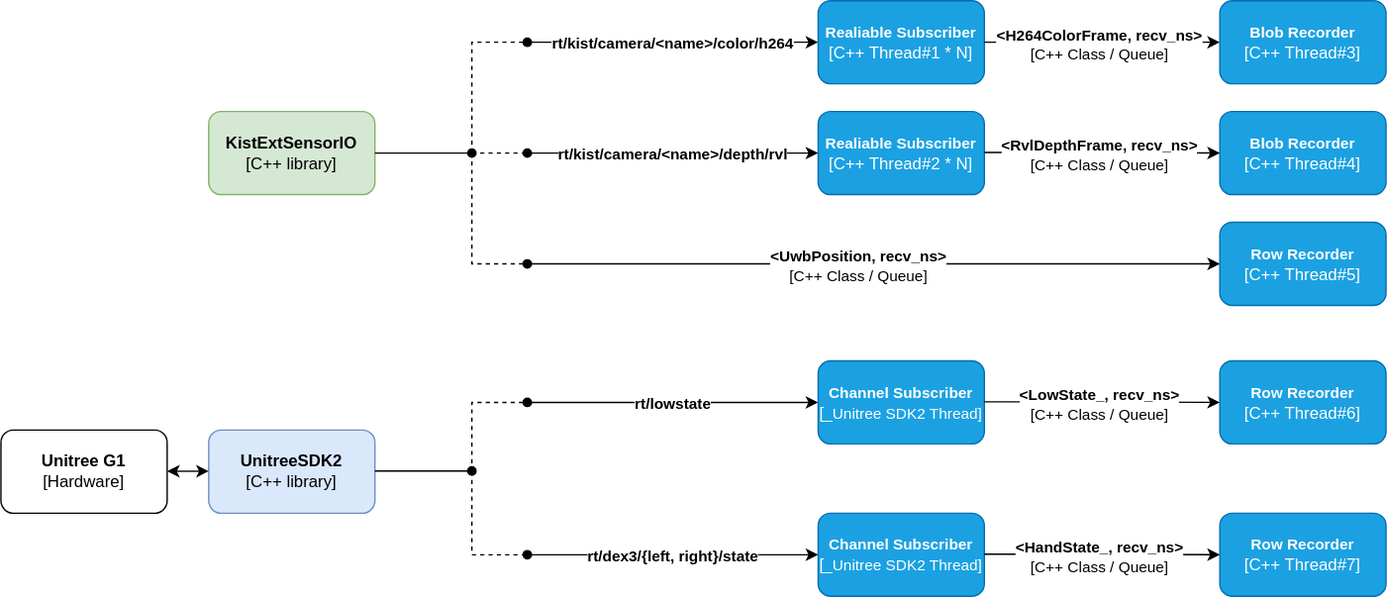
Earlier version of the draw.io export docs/kist-data-collector.svg (Safety-Node/kist-data-collector). Source tidied: cells renumbered, new cells last; positions are measured from the earlier drawing's top-left corner, leaving out a move shared by most shapes.
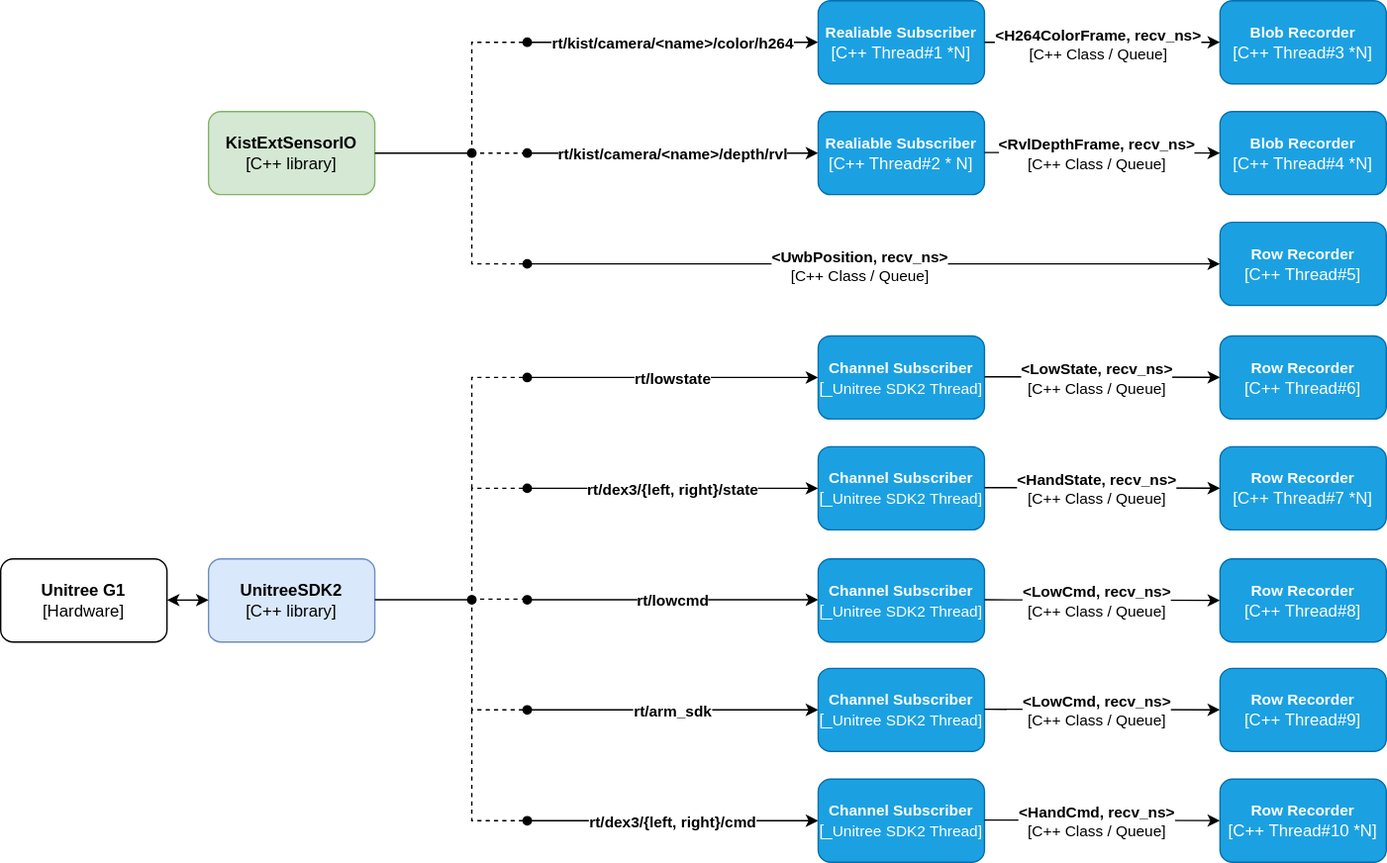
The same diagram one commit later.

What changed in the source:
```diff
@@ -32,27 +32,7 @@
     </mxCell>
-    <mxCell id="8" style="endArrow=classic;html=1;rounded=0;entryX=0;entryY=0.5;entryDx=0;entryDy=0;startArrow=oval;startFill=1;" parent="1" edge="1" target="21">
-      <mxGeometry relative="1" as="geometry">
-        <mxPoint x="380" y="290" as="sourcePoint" />
-      </mxGeometry>
-    </mxCell>
-    <mxCell id="9" value="&lt;b&gt;rt/lowstate&lt;/b&gt;" style="edgeLabel;html=1;align=center;verticalAlign=middle;" parent="8" vertex="1">
-      <mxGeometry x="-0.05" y="-2" relative="1" as="geometry">
-        <mxPoint x="4" y="-2" as="offset" />
-      </mxGeometry>
-    </mxCell>
-    <mxCell id="10" style="endArrow=classic;html=1;rounded=0;entryX=0;entryY=0.5;entryDx=0;entryDy=0;startArrow=oval;startFill=1;" parent="1" edge="1" target="22">
-      <mxGeometry relative="1" as="geometry">
-        <mxPoint x="380" y="400" as="sourcePoint" />
-      </mxGeometry>
-    </mxCell>
-    <mxCell id="11" value="&lt;b&gt;rt/dex3/{left, right}/state&lt;/b&gt;" style="edgeLabel;html=1;align=center;verticalAlign=middle;" parent="10" vertex="1">
-      <mxGeometry x="-0.05" y="-2" relative="1" as="geometry">
-        <mxPoint x="4" y="-2" as="offset" />
-      </mxGeometry>
-    </mxCell>
     <mxCell id="12" value="&lt;b&gt;Unitree G1&lt;/b&gt;&lt;div&gt;[Hardware]&lt;/div&gt;" style="rounded=1;whiteSpace=wrap;html=1;" parent="1" vertex="1">
-      <mxGeometry y="310" width="120" height="60" as="geometry" />
+      <mxGeometry y="403" width="120" height="60" as="geometry" />
     </mxCell>
     <mxCell id="13" value="&lt;b&gt;UnitreeSDK2&lt;/b&gt;&lt;div&gt;[C++ library]&lt;/div&gt;" style="rounded=1;whiteSpace=wrap;html=1;fillColor=#dae8fc;strokeColor=#6c8ebf;" parent="1" vertex="1">
-      <mxGeometry x="150" y="310" width="120" height="60" as="geometry" />
+      <mxGeometry x="150" y="403" width="120" height="60" as="geometry" />
     </mxCell>
@@ -60,4 +40,4 @@
       <mxGeometry relative="1" as="geometry">
-        <mxPoint x="120" y="339.7" as="sourcePoint" />
-        <mxPoint x="150" y="339.7" as="targetPoint" />
+        <mxPoint x="120" y="432.7" as="sourcePoint" />
+        <mxPoint x="150" y="432.7" as="targetPoint" />
       </mxGeometry>
@@ -66,7 +46,7 @@
       <mxGeometry relative="1" as="geometry">
-        <mxPoint x="270" y="339.5" as="sourcePoint" />
-        <mxPoint x="340" y="339.5" as="targetPoint" />
+        <mxPoint x="270" y="432.5" as="sourcePoint" />
+        <mxPoint x="340" y="432.5" as="targetPoint" />
       </mxGeometry>
     </mxCell>
-    <mxCell id="16" value="&lt;b&gt;&lt;font style=&quot;font-size: 11px;&quot;&gt;Realiable Subscriber&lt;/font&gt;&lt;/b&gt;&lt;div&gt;[C++ Thread#1 * N]&lt;/div&gt;" style="rounded=1;whiteSpace=wrap;html=1;fillColor=#1ba1e2;strokeColor=#006EAF;fontColor=#ffffff;" parent="1" vertex="1">
+    <mxCell id="16" value="&lt;b&gt;&lt;font style=&quot;font-size: 11px;&quot;&gt;Realiable Subscriber&lt;/font&gt;&lt;/b&gt;&lt;div&gt;[C++ Thread#1 *N]&lt;/div&gt;" style="rounded=1;whiteSpace=wrap;html=1;fillColor=#1ba1e2;strokeColor=#006EAF;fontColor=#ffffff;" parent="1" vertex="1">
       <mxGeometry x="590" width="120" height="60" as="geometry" />
@@ -100,32 +80,6 @@
     </mxCell>
-    <mxCell id="21" value="&lt;b&gt;&lt;font style=&quot;font-size: 11px;&quot;&gt;Channel Subscriber&lt;/font&gt;&lt;/b&gt;&lt;div&gt;[&lt;font style=&quot;font-size: 11px;&quot;&gt;_Unitree SDK2 Thread]&lt;/font&gt;&lt;/div&gt;" style="rounded=1;whiteSpace=wrap;html=1;fillColor=#1ba1e2;strokeColor=#006EAF;fontColor=#ffffff;" parent="1" vertex="1">
-      <mxGeometry x="590" y="260" width="120" height="60" as="geometry" />
-    </mxCell>
-    <mxCell id="22" value="&lt;b&gt;&lt;font style=&quot;font-size: 11px;&quot;&gt;Channel Subscriber&lt;/font&gt;&lt;/b&gt;&lt;div&gt;[&lt;font style=&quot;font-size: 11px;&quot;&gt;_Unitree SDK2 Thread]&lt;/font&gt;&lt;/div&gt;" style="rounded=1;whiteSpace=wrap;html=1;fillColor=#1ba1e2;strokeColor=#006EAF;fontColor=#ffffff;" parent="1" vertex="1">
-      <mxGeometry x="590" y="370" width="120" height="60" as="geometry" />
-    </mxCell>
-    <mxCell id="23" style="endArrow=none;dashed=1;html=1;rounded=0;edgeStyle=orthogonalEdgeStyle;" parent="1" edge="1">
-      <mxGeometry relative="1" as="geometry">
-        <mxPoint x="340" y="340" as="sourcePoint" />
-        <mxPoint x="380" y="400" as="targetPoint" />
-        <Array as="points">
-          <mxPoint x="340" y="400" />
-          <mxPoint x="380" y="400" />
-        </Array>
-      </mxGeometry>
-    </mxCell>
-    <mxCell id="24" style="endArrow=none;dashed=1;html=1;rounded=0;edgeStyle=orthogonalEdgeStyle;" parent="1" edge="1">
-      <mxGeometry relative="1" as="geometry">
-        <mxPoint x="340" y="340" as="sourcePoint" />
-        <mxPoint x="380" y="290" as="targetPoint" />
-        <Array as="points">
-          <mxPoint x="340" y="290" />
-          <mxPoint x="380" y="290" />
-        </Array>
-      </mxGeometry>
-    </mxCell>
-    <mxCell id="25" value="&lt;b&gt;&lt;font style=&quot;font-size: 11px;&quot;&gt;Blob Recorder&lt;/font&gt;&lt;/b&gt;&lt;div&gt;&lt;span style=&quot;background-color: transparent; color: light-dark(rgb(255, 255, 255), rgb(18, 18, 18));&quot;&gt;[C++ Thread#3]&lt;/span&gt;&lt;/div&gt;" style="rounded=1;whiteSpace=wrap;html=1;fillColor=#1ba1e2;strokeColor=#006EAF;fontColor=#ffffff;" parent="1" vertex="1">
+    <mxCell id="25" value="&lt;b&gt;&lt;font style=&quot;font-size: 11px;&quot;&gt;Blob Recorder&lt;/font&gt;&lt;/b&gt;&lt;div&gt;&lt;span style=&quot;background-color: transparent; color: light-dark(rgb(255, 255, 255), rgb(18, 18, 18));&quot;&gt;[C++ Thread#3 *N]&lt;/span&gt;&lt;/div&gt;" style="rounded=1;whiteSpace=wrap;html=1;fillColor=#1ba1e2;strokeColor=#006EAF;fontColor=#ffffff;" parent="1" vertex="1">
       <mxGeometry x="880" width="120" height="60" as="geometry" />
     </mxCell>
-    <mxCell id="26" value="&lt;b&gt;&lt;font style=&quot;font-size: 11px;&quot;&gt;Blob Recorder&lt;/font&gt;&lt;/b&gt;&lt;div&gt;&lt;span style=&quot;background-color: transparent; color: light-dark(rgb(255, 255, 255), rgb(18, 18, 18));&quot;&gt;[C++ Thread#4]&lt;/span&gt;&lt;/div&gt;" style="rounded=1;whiteSpace=wrap;html=1;fillColor=#1ba1e2;strokeColor=#006EAF;fontColor=#ffffff;" parent="1" vertex="1">
+    <mxCell id="26" value="&lt;b&gt;&lt;font style=&quot;font-size: 11px;&quot;&gt;Blob Recorder&lt;/font&gt;&lt;/b&gt;&lt;div&gt;&lt;span style=&quot;background-color: transparent; color: light-dark(rgb(255, 255, 255), rgb(18, 18, 18));&quot;&gt;[C++ Thread#4 *N]&lt;/span&gt;&lt;/div&gt;" style="rounded=1;whiteSpace=wrap;html=1;fillColor=#1ba1e2;strokeColor=#006EAF;fontColor=#ffffff;" parent="1" vertex="1">
       <mxGeometry x="880" y="80" width="120" height="60" as="geometry" />
@@ -136,6 +90,6 @@
     <mxCell id="28" value="&lt;b&gt;&lt;font style=&quot;font-size: 11px;&quot;&gt;Row Recorder&lt;/font&gt;&lt;/b&gt;&lt;div&gt;&lt;span style=&quot;background-color: transparent; color: light-dark(rgb(255, 255, 255), rgb(18, 18, 18));&quot;&gt;[C++ Thread#6]&lt;/span&gt;&lt;/div&gt;" style="rounded=1;whiteSpace=wrap;html=1;fillColor=#1ba1e2;strokeColor=#006EAF;fontColor=#ffffff;" parent="1" vertex="1">
-      <mxGeometry x="880" y="260" width="120" height="60" as="geometry" />
+      <mxGeometry x="880" y="242" width="120" height="60" as="geometry" />
     </mxCell>
-    <mxCell id="29" value="&lt;b&gt;&lt;font style=&quot;font-size: 11px;&quot;&gt;Row Recorder&lt;/font&gt;&lt;/b&gt;&lt;div&gt;&lt;span style=&quot;background-color: transparent; color: light-dark(rgb(255, 255, 255), rgb(18, 18, 18));&quot;&gt;[C++ Thread#7]&lt;/span&gt;&lt;/div&gt;" style="rounded=1;whiteSpace=wrap;html=1;fillColor=#1ba1e2;strokeColor=#006EAF;fontColor=#ffffff;" parent="1" vertex="1">
-      <mxGeometry x="880" y="370" width="120" height="60" as="geometry" />
+    <mxCell id="29" value="&lt;b&gt;&lt;font style=&quot;font-size: 11px;&quot;&gt;Row Recorder&lt;/font&gt;&lt;/b&gt;&lt;div&gt;&lt;span style=&quot;background-color: transparent; color: light-dark(rgb(255, 255, 255), rgb(18, 18, 18));&quot;&gt;[C++ Thread#7 *N]&lt;/span&gt;&lt;/div&gt;" style="rounded=1;whiteSpace=wrap;html=1;fillColor=#1ba1e2;strokeColor=#006EAF;fontColor=#ffffff;" parent="1" vertex="1">
+      <mxGeometry x="880" y="322" width="120" height="60" as="geometry" />
     </mxCell>
@@ -163,18 +117,168 @@
     </mxCell>
-    <mxCell id="36" style="endArrow=classic;html=1;rounded=0;exitX=1;exitY=0.5;exitDx=0;exitDy=0;entryX=0;entryY=0.5;entryDx=0;entryDy=0;" parent="1" edge="1" target="28">
-      <mxGeometry relative="1" as="geometry">
-        <mxPoint x="710" y="289.6" as="sourcePoint" />
-      </mxGeometry>
-    </mxCell>
-    <mxCell id="37" value="&lt;div&gt;&lt;b&gt;&amp;lt;LowState_, recv_ns&amp;gt;&lt;/b&gt;&lt;/div&gt;[C++ Class / Queue]" style="edgeLabel;html=1;align=center;verticalAlign=middle;" parent="36" vertex="1">
-      <mxGeometry x="-0.04" y="-1" relative="1" as="geometry" />
-    </mxCell>
-    <mxCell id="38" style="endArrow=classic;html=1;rounded=0;exitX=1;exitY=0.5;exitDx=0;exitDy=0;entryX=0;entryY=0.5;entryDx=0;entryDy=0;" parent="1" edge="1" target="29">
-      <mxGeometry relative="1" as="geometry">
-        <mxPoint x="710" y="399.6" as="sourcePoint" />
-      </mxGeometry>
-    </mxCell>
-    <mxCell id="39" value="&lt;div&gt;&lt;b&gt;&amp;lt;HandState_, recv_ns&amp;gt;&lt;/b&gt;&lt;/div&gt;[C++ Class / Queue]" style="edgeLabel;html=1;align=center;verticalAlign=middle;" parent="38" vertex="1">
-      <mxGeometry x="-0.04" y="-1" relative="1" as="geometry" />
-    </mxCell>
+    <mxCell id="40" style="endArrow=none;dashed=1;html=1;rounded=0;edgeStyle=orthogonalEdgeStyle;" parent="1" edge="1">
+      <mxGeometry relative="1" as="geometry">
+        <mxPoint x="340" y="432" as="sourcePoint" />
+        <mxPoint x="380" y="352" as="targetPoint" />
+        <Array as="points">
+          <mxPoint x="340" y="352" />
+        </Array>
+      </mxGeometry>
+    </mxCell>
+    <mxCell id="41" style="endArrow=none;dashed=1;html=1;rounded=0;" parent="1" edge="1">
+      <mxGeometry relative="1" as="geometry">
+        <mxPoint x="340" y="432" as="sourcePoint" />
+        <mxPoint x="380" y="432" as="targetPoint" />
+      </mxGeometry>
+    </mxCell>
+    <mxCell id="42" style="endArrow=none;dashed=1;html=1;rounded=0;edgeStyle=orthogonalEdgeStyle;" parent="1" edge="1">
+      <mxGeometry relative="1" as="geometry">
+        <mxPoint x="340" y="432" as="sourcePoint" />
+        <mxPoint x="380" y="512" as="targetPoint" />
+        <Array as="points">
+          <mxPoint x="340" y="512" />
+        </Array>
+      </mxGeometry>
+    </mxCell>
+    <mxCell id="43" style="endArrow=none;dashed=1;html=1;rounded=0;edgeStyle=orthogonalEdgeStyle;" parent="1" edge="1">
+      <mxGeometry relative="1" as="geometry">
+        <mxPoint x="340" y="512" as="sourcePoint" />
+        <mxPoint x="380" y="592" as="targetPoint" />
+        <Array as="points">
+          <mxPoint x="340" y="592" />
+        </Array>
+      </mxGeometry>
+    </mxCell>
+    <mxCell id="44" style="endArrow=classic;html=1;rounded=0;entryX=0;entryY=0.5;entryDx=0;entryDy=0;startArrow=oval;startFill=1;" parent="1" edge="1">
+      <mxGeometry relative="1" as="geometry">
+        <mxPoint x="380" y="272" as="sourcePoint" />
+        <mxPoint x="590" y="272" as="targetPoint" />
+      </mxGeometry>
+    </mxCell>
+    <mxCell id="9" value="&lt;b&gt;rt/lowstate&lt;/b&gt;" style="edgeLabel;html=1;align=center;verticalAlign=middle;" parent="44" vertex="1">
+      <mxGeometry x="-0.05" y="-2" relative="1" as="geometry">
+        <mxPoint x="4" y="-2" as="offset" />
+      </mxGeometry>
+    </mxCell>
+    <mxCell id="45" style="endArrow=classic;html=1;rounded=0;entryX=0;entryY=0.5;entryDx=0;entryDy=0;startArrow=oval;startFill=1;" parent="1" edge="1">
+      <mxGeometry relative="1" as="geometry">
+        <mxPoint x="380" y="352" as="sourcePoint" />
+        <mxPoint x="590" y="352" as="targetPoint" />
+      </mxGeometry>
+    </mxCell>
+    <mxCell id="11" value="&lt;b&gt;rt/dex3/{left, right}/state&lt;/b&gt;" style="edgeLabel;html=1;align=center;verticalAlign=middle;" parent="45" vertex="1">
+      <mxGeometry x="-0.05" y="-2" relative="1" as="geometry">
+        <mxPoint x="4" y="-2" as="offset" />
+      </mxGeometry>
+    </mxCell>
+    <mxCell id="46" style="endArrow=classic;html=1;rounded=0;entryX=0;entryY=0.5;entryDx=0;entryDy=0;startArrow=oval;startFill=1;" parent="1" edge="1">
+      <mxGeometry relative="1" as="geometry">
+        <mxPoint x="380" y="432.5" as="sourcePoint" />
+        <mxPoint x="590" y="432.5" as="targetPoint" />
+      </mxGeometry>
+    </mxCell>
+    <mxCell id="47" value="&lt;b&gt;rt/lowcmd&lt;/b&gt;" style="edgeLabel;html=1;align=center;verticalAlign=middle;" parent="46" vertex="1">
+      <mxGeometry x="-0.05" y="-2" relative="1" as="geometry">
+        <mxPoint x="4" y="-2" as="offset" />
+      </mxGeometry>
+    </mxCell>
+    <mxCell id="48" style="endArrow=classic;html=1;rounded=0;entryX=0;entryY=0.5;entryDx=0;entryDy=0;startArrow=oval;startFill=1;" parent="1" edge="1">
+      <mxGeometry relative="1" as="geometry">
+        <mxPoint x="380" y="512" as="sourcePoint" />
+        <mxPoint x="590" y="512" as="targetPoint" />
+      </mxGeometry>
+    </mxCell>
+    <mxCell id="49" value="&lt;b&gt;rt/arm_sdk&lt;/b&gt;" style="edgeLabel;html=1;align=center;verticalAlign=middle;" parent="48" vertex="1">
+      <mxGeometry x="-0.05" y="-2" relative="1" as="geometry">
+        <mxPoint x="4" y="-2" as="offset" />
+      </mxGeometry>
+    </mxCell>
+    <mxCell id="50" style="endArrow=none;dashed=1;html=1;rounded=0;edgeStyle=orthogonalEdgeStyle;" parent="1" edge="1">
+      <mxGeometry relative="1" as="geometry">
+        <mxPoint x="340" y="352" as="sourcePoint" />
+        <mxPoint x="380" y="272" as="targetPoint" />
+        <Array as="points">
+          <mxPoint x="340" y="272" />
+        </Array>
+      </mxGeometry>
+    </mxCell>
+    <mxCell id="51" style="endArrow=classic;html=1;rounded=0;entryX=0;entryY=0.5;entryDx=0;entryDy=0;startArrow=oval;startFill=1;" parent="1" edge="1">
+      <mxGeometry relative="1" as="geometry">
+        <mxPoint x="380" y="592" as="sourcePoint" />
+        <mxPoint x="590" y="592" as="targetPoint" />
+      </mxGeometry>
+    </mxCell>
+    <mxCell id="52" value="&lt;b&gt;rt/dex3/{left, right}/cmd&lt;/b&gt;" style="edgeLabel;html=1;align=center;verticalAlign=middle;" parent="51" vertex="1">
+      <mxGeometry x="-0.05" y="-2" relative="1" as="geometry">
+        <mxPoint x="4" y="-2" as="offset" />
+      </mxGeometry>
+    </mxCell>
+    <mxCell id="53" value="&lt;b&gt;&lt;font style=&quot;font-size: 11px;&quot;&gt;Channel Subscriber&lt;/font&gt;&lt;/b&gt;&lt;div&gt;[&lt;font style=&quot;font-size: 11px;&quot;&gt;_Unitree SDK2 Thread]&lt;/font&gt;&lt;/div&gt;" style="rounded=1;whiteSpace=wrap;html=1;fillColor=#1ba1e2;strokeColor=#006EAF;fontColor=#ffffff;" parent="1" vertex="1">
+      <mxGeometry x="590" y="242" width="120" height="60" as="geometry" />
+    </mxCell>
+    <mxCell id="54" value="&lt;b&gt;&lt;font style=&quot;font-size: 11px;&quot;&gt;Channel Subscriber&lt;/font&gt;&lt;/b&gt;&lt;div&gt;[&lt;font style=&quot;font-size: 11px;&quot;&gt;_Unitree SDK2 Thread]&lt;/font&gt;&lt;/div&gt;" style="rounded=1;whiteSpace=wrap;html=1;fillColor=#1ba1e2;strokeColor=#006EAF;fontColor=#ffffff;" parent="1" vertex="1">
+      <mxGeometry x="590" y="322" width="120" height="60" as="geometry" />
+    </mxCell>
+    <mxCell id="55" value="&lt;b&gt;&lt;font style=&quot;font-size: 11px;&quot;&gt;Channel Subscriber&lt;/font&gt;&lt;/b&gt;&lt;div&gt;[&lt;font style=&quot;font-size: 11px;&quot;&gt;_Unitree SDK2 Thread]&lt;/font&gt;&lt;/div&gt;" style="rounded=1;whiteSpace=wrap;html=1;fillColor=#1ba1e2;strokeColor=#006EAF;fontColor=#ffffff;" parent="1" vertex="1">
+      <mxGeometry x="590" y="403" width="120" height="60" as="geometry" />
+    </mxCell>
+    <mxCell id="56" value="&lt;b&gt;&lt;font style=&quot;font-size: 11px;&quot;&gt;Channel Subscriber&lt;/font&gt;&lt;/b&gt;&lt;div&gt;[&lt;font style=&quot;font-size: 11px;&quot;&gt;_Unitree SDK2 Thread]&lt;/font&gt;&lt;/div&gt;" style="rounded=1;whiteSpace=wrap;html=1;fillColor=#1ba1e2;strokeColor=#006EAF;fontColor=#ffffff;" parent="1" vertex="1">
+      <mxGeometry x="590" y="482" width="120" height="60" as="geometry" />
+    </mxCell>
+    <mxCell id="57" value="&lt;b&gt;&lt;font style=&quot;font-size: 11px;&quot;&gt;Channel Subscriber&lt;/font&gt;&lt;/b&gt;&lt;div&gt;[&lt;font style=&quot;font-size: 11px;&quot;&gt;_Unitree SDK2 Thread]&lt;/font&gt;&lt;/div&gt;" style="rounded=1;whiteSpace=wrap;html=1;fillColor=#1ba1e2;strokeColor=#006EAF;fontColor=#ffffff;" parent="1" vertex="1">
+      <mxGeometry x="590" y="562" width="120" height="60" as="geometry" />
+    </mxCell>
+    <mxCell id="58" style="endArrow=classic;html=1;rounded=0;exitX=1;exitY=0.5;exitDx=0;exitDy=0;entryX=0;entryY=0.5;entryDx=0;entryDy=0;" parent="1" edge="1">
+      <mxGeometry relative="1" as="geometry">
+        <mxPoint x="710" y="271.5" as="sourcePoint" />
+        <mxPoint x="880" y="271.9" as="targetPoint" />
+      </mxGeometry>
+    </mxCell>
+    <mxCell id="59" value="&lt;div&gt;&lt;b&gt;&amp;lt;LowState, recv_ns&amp;gt;&lt;/b&gt;&lt;/div&gt;[C++ Class / Queue]" style="edgeLabel;html=1;align=center;verticalAlign=middle;" parent="58" vertex="1">
+      <mxGeometry x="-0.04" y="-1" relative="1" as="geometry" />
+    </mxCell>
+    <mxCell id="60" style="endArrow=classic;html=1;rounded=0;exitX=1;exitY=0.5;exitDx=0;exitDy=0;entryX=0;entryY=0.5;entryDx=0;entryDy=0;" parent="1" edge="1">
+      <mxGeometry relative="1" as="geometry">
+        <mxPoint x="710" y="351.5" as="sourcePoint" />
+        <mxPoint x="880" y="351.9" as="targetPoint" />
+      </mxGeometry>
+    </mxCell>
+    <mxCell id="61" value="&lt;div&gt;&lt;b&gt;&amp;lt;HandState, recv_ns&amp;gt;&lt;/b&gt;&lt;/div&gt;[C++ Class / Queue]" style="edgeLabel;html=1;align=center;verticalAlign=middle;" parent="60" vertex="1">
+      <mxGeometry x="-0.04" y="-1" relative="1" as="geometry" />
+    </mxCell>
+    <mxCell id="62" style="endArrow=classic;html=1;rounded=0;exitX=1;exitY=0.5;exitDx=0;exitDy=0;entryX=0;entryY=0.5;entryDx=0;entryDy=0;" parent="1" edge="1">
+      <mxGeometry relative="1" as="geometry">
+        <mxPoint x="710" y="432.5" as="sourcePoint" />
+        <mxPoint x="880" y="432.9" as="targetPoint" />
+      </mxGeometry>
+    </mxCell>
+    <mxCell id="63" value="&lt;div&gt;&lt;b&gt;&amp;lt;LowCmd, recv_ns&amp;gt;&lt;/b&gt;&lt;/div&gt;[C++ Class / Queue]" style="edgeLabel;html=1;align=center;verticalAlign=middle;" parent="62" vertex="1">
+      <mxGeometry x="-0.04" y="-1" relative="1" as="geometry" />
+    </mxCell>
+    <mxCell id="64" style="endArrow=classic;html=1;rounded=0;exitX=1;exitY=0.5;exitDx=0;exitDy=0;entryX=0;entryY=0.5;entryDx=0;entryDy=0;" parent="1" edge="1">
+      <mxGeometry relative="1" as="geometry">
+        <mxPoint x="710" y="511.5" as="sourcePoint" />
+        <mxPoint x="880" y="511.9" as="targetPoint" />
+      </mxGeometry>
+    </mxCell>
+    <mxCell id="65" value="&lt;div&gt;&lt;b&gt;&amp;lt;LowCmd, recv_ns&amp;gt;&lt;/b&gt;&lt;/div&gt;[C++ Class / Queue]" style="edgeLabel;html=1;align=center;verticalAlign=middle;" parent="64" vertex="1">
+      <mxGeometry x="-0.04" y="-1" relative="1" as="geometry" />
+    </mxCell>
+    <mxCell id="66" style="endArrow=classic;html=1;rounded=0;exitX=1;exitY=0.5;exitDx=0;exitDy=0;entryX=0;entryY=0.5;entryDx=0;entryDy=0;" parent="1" edge="1">
+      <mxGeometry relative="1" as="geometry">
+        <mxPoint x="710" y="591.5" as="sourcePoint" />
+        <mxPoint x="880" y="591.9" as="targetPoint" />
+      </mxGeometry>
+    </mxCell>
+    <mxCell id="67" value="&lt;div&gt;&lt;b&gt;&amp;lt;HandCmd, recv_ns&amp;gt;&lt;/b&gt;&lt;/div&gt;[C++ Class / Queue]" style="edgeLabel;html=1;align=center;verticalAlign=middle;" parent="66" vertex="1">
+      <mxGeometry x="-0.04" y="-1" relative="1" as="geometry" />
+    </mxCell>
+    <mxCell id="68" value="&lt;b&gt;&lt;font style=&quot;font-size: 11px;&quot;&gt;Row Recorder&lt;/font&gt;&lt;/b&gt;&lt;div&gt;&lt;span style=&quot;background-color: transparent; color: light-dark(rgb(255, 255, 255), rgb(18, 18, 18));&quot;&gt;[C++ Thread#8]&lt;/span&gt;&lt;/div&gt;" style="rounded=1;whiteSpace=wrap;html=1;fillColor=#1ba1e2;strokeColor=#006EAF;fontColor=#ffffff;" parent="1" vertex="1">
+      <mxGeometry x="880" y="403" width="120" height="60" as="geometry" />
+    </mxCell>
+    <mxCell id="69" value="&lt;b&gt;&lt;font style=&quot;font-size: 11px;&quot;&gt;Row Recorder&lt;/font&gt;&lt;/b&gt;&lt;div&gt;&lt;span style=&quot;background-color: transparent; color: light-dark(rgb(255, 255, 255), rgb(18, 18, 18));&quot;&gt;[C++ Thread#9]&lt;/span&gt;&lt;/div&gt;" style="rounded=1;whiteSpace=wrap;html=1;fillColor=#1ba1e2;strokeColor=#006EAF;fontColor=#ffffff;" parent="1" vertex="1">
+      <mxGeometry x="880" y="482" width="120" height="60" as="geometry" />
+    </mxCell>
+    <mxCell id="70" value="&lt;b&gt;&lt;font style=&quot;font-size: 11px;&quot;&gt;Row Recorder&lt;/font&gt;&lt;/b&gt;&lt;div&gt;&lt;span style=&quot;background-color: transparent; color: light-dark(rgb(255, 255, 255), rgb(18, 18, 18));&quot;&gt;[C++ Thread#10 *N]&lt;/span&gt;&lt;/div&gt;" style="rounded=1;whiteSpace=wrap;html=1;fillColor=#1ba1e2;strokeColor=#006EAF;fontColor=#ffffff;" parent="1" vertex="1">
+      <mxGeometry x="880" y="562" width="120" height="60" as="geometry" />
+    </mxCell>
   </root>
```
